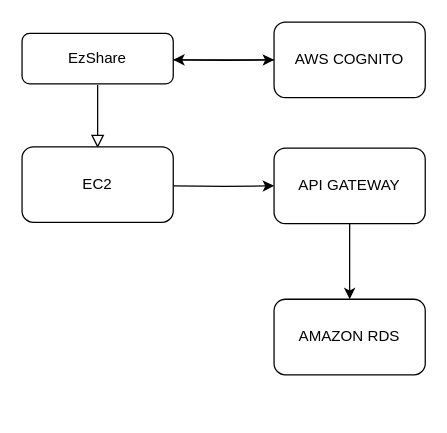
Before: Diagrama sin título.drawio in milite96/EzShare, a draw.io diagram. Source tidied: cells renumbered, new cells numbered last; positions are measured from the earlier drawing's top-left corner, leaving out a move shared by most shapes. Both pictures are drawn from the tidied source at 126%, with x=0, y=0 at pixel (21, 21).
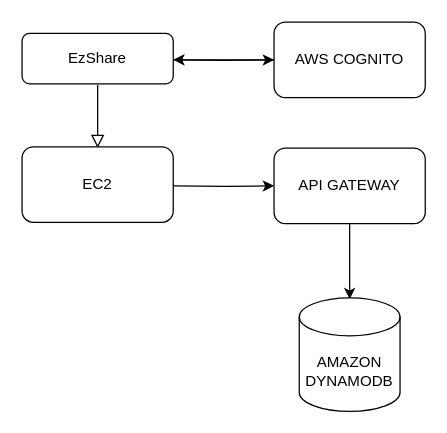
The same diagram, later.

Commit message:
Actualizar Diagrama

Change to the diagram source:
```diff
@@
 <mxGraphModel>
   <root>
     <mxCell id="0" />
     <mxCell id="1" parent="0" />
     <mxCell id="2" style="rounded=0;html=1;jettySize=auto;orthogonalLoop=1;fontSize=11;endArrow=block;endFill=0;endSize=8;strokeWidth=1;shadow=0;labelBackgroundColor=none;edgeStyle=orthogonalEdgeStyle;" parent="1" edge="1">
       <mxGeometry relative="1" as="geometry">
         <mxPoint x="60" y="50" as="sourcePoint" />
         <mxPoint x="60" y="100" as="targetPoint" />
       </mxGeometry>
     </mxCell>
     <mxCell id="3" style="edgeStyle=orthogonalEdgeStyle;rounded=0;jettySize=auto;html=1;" parent="1" edge="1" target="11">
       <mxGeometry relative="1" as="geometry">
         <mxPoint x="120" y="30" as="sourcePoint" />
       </mxGeometry>
     </mxCell>
     <mxCell id="4" value="EzShare" style="rounded=1;whiteSpace=wrap;html=1;fontSize=12;glass=0;strokeWidth=1;shadow=0;" parent="1" vertex="1">
       <mxGeometry y="9" width="120" height="40" as="geometry" />
     </mxCell>
     <mxCell id="5" style="edgeStyle=orthogonalEdgeStyle;rounded=0;jettySize=auto;html=1;" parent="1" edge="1" target="8">
       <mxGeometry relative="1" as="geometry">
         <mxPoint x="120" y="130" as="sourcePoint" />
       </mxGeometry>
     </mxCell>
     <mxCell id="6" value="EC2" style="rounded=1;whiteSpace=wrap;html=1;" parent="1" vertex="1">
       <mxGeometry y="99" width="120" height="60" as="geometry" />
     </mxCell>
-    <mxCell id="7" style="edgeStyle=orthogonalEdgeStyle;rounded=0;jettySize=auto;html=1;" parent="1" edge="1" source="8" target="9">
-      <mxGeometry relative="1" as="geometry" />
+    <mxCell id="7" style="edgeStyle=orthogonalEdgeStyle;rounded=0;jettySize=auto;html=1;" parent="1" edge="1" source="8">
+      <mxGeometry relative="1" as="geometry">
+        <mxPoint x="260" y="220" as="targetPoint" />
+      </mxGeometry>
     </mxCell>
     <mxCell id="8" value="API GATEWAY" style="rounded=1;whiteSpace=wrap;html=1;" parent="1" vertex="1">
       <mxGeometry x="200" y="100" width="120" height="60" as="geometry" />
     </mxCell>
-    <mxCell id="9" value="AMAZON RDS" style="rounded=1;whiteSpace=wrap;html=1;" parent="1" vertex="1">
-      <mxGeometry x="200" y="220" width="120" height="60" as="geometry" />
-    </mxCell>
     <mxCell id="10" style="edgeStyle=orthogonalEdgeStyle;rounded=0;jettySize=auto;html=1;" parent="1" edge="1" source="11">
       <mxGeometry relative="1" as="geometry">
         <mxPoint x="120" y="30" as="targetPoint" />
       </mxGeometry>
     </mxCell>
     <mxCell id="11" value="AWS COGNITO" style="whiteSpace=wrap;html=1;rounded=1;glass=0;strokeWidth=1;shadow=0;" parent="1" vertex="1">
       <mxGeometry x="200" width="120" height="60" as="geometry" />
     </mxCell>
+    <mxCell id="12" value="AMAZON DYNAMODB" style="shape=cylinder3;whiteSpace=wrap;html=1;boundedLbl=1;backgroundOutline=1;size=15;" parent="1" vertex="1">
+      <mxGeometry x="220" y="219" width="80" height="90" as="geometry" />
+    </mxCell>
   </root>
 </mxGraphModel>
```
